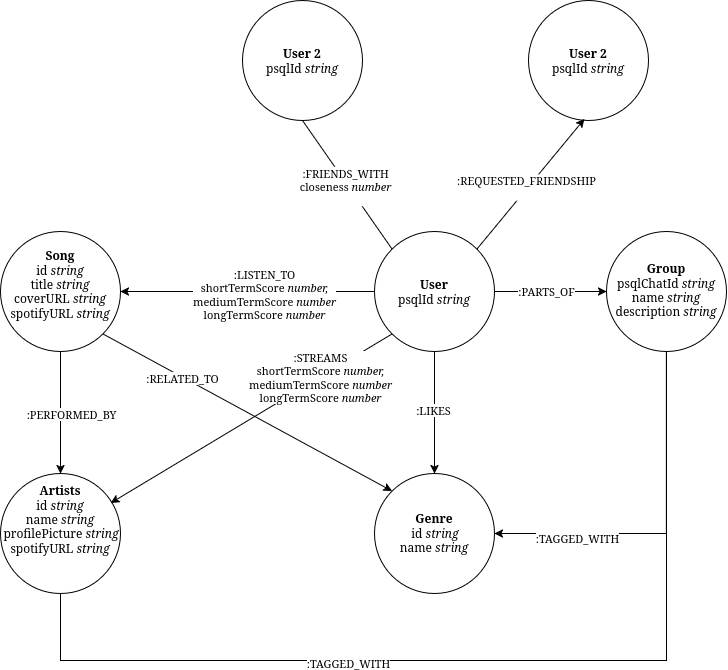
Above: doc/neo4j_graph.drawio.png in yanis-hamani/ErasMusic (draw.io), before the change. Source tidied: cells renumbered, new cells last; positions are measured from the earlier drawing's top-left corner, leaving out a move shared by most shapes. The source it was exported from:
```xml
<mxGraphModel>
  <root>
    <mxCell id="0" />
    <mxCell id="1" parent="0" />
    <mxCell id="2" value="&lt;font&gt;&lt;b&gt;User&lt;/b&gt;&lt;/font&gt;&lt;div&gt;psqlId&amp;nbsp;&lt;i&gt;string&lt;/i&gt;&lt;/div&gt;" style="ellipse;whiteSpace=wrap;html=1;shapeInside=1;" parent="1" vertex="1">
      <mxGeometry x="374" y="231" width="120" height="120" as="geometry" />
    </mxCell>
    <mxCell id="3" value="&lt;b&gt;Song&lt;/b&gt;&lt;div&gt;&lt;div&gt;id&amp;nbsp;&lt;i&gt;string&lt;/i&gt;&lt;/div&gt;&lt;div&gt;title&amp;nbsp;&lt;i&gt;string&lt;/i&gt;&lt;/div&gt;&lt;div&gt;coverURL&amp;nbsp;&lt;i&gt;string&lt;/i&gt;&lt;/div&gt;&lt;div&gt;spotifyURL&amp;nbsp;&lt;i&gt;string&lt;/i&gt;&lt;/div&gt;&lt;br&gt;&lt;/div&gt;" style="ellipse;whiteSpace=wrap;html=1;shapeInside=1;" parent="1" vertex="1">
      <mxGeometry y="231" width="120" height="120" as="geometry" />
    </mxCell>
    <mxCell id="4" value="&lt;b&gt;Artists&lt;/b&gt;&lt;div&gt;&lt;div&gt;id&amp;nbsp;&lt;i&gt;string&lt;/i&gt;&lt;/div&gt;&lt;div&gt;name &lt;i&gt;string&lt;/i&gt;&lt;/div&gt;&lt;div&gt;&lt;div&gt;profilePicture&amp;nbsp;&lt;i&gt;string&lt;/i&gt;&lt;/div&gt;&lt;div&gt;spotifyURL&amp;nbsp;&lt;i&gt;string&lt;/i&gt;&lt;/div&gt;&lt;br&gt;&lt;/div&gt;&lt;br&gt;&lt;/div&gt;" style="ellipse;whiteSpace=wrap;html=1;shapeInside=1;" parent="1" vertex="1">
      <mxGeometry y="473" width="120" height="120" as="geometry" />
    </mxCell>
    <mxCell id="5" value="&lt;b&gt;Genre&lt;/b&gt;&lt;div&gt;&lt;div&gt;id&amp;nbsp;&lt;i&gt;string&lt;/i&gt;&lt;/div&gt;&lt;div&gt;name &lt;i&gt;string&lt;/i&gt;&lt;/div&gt;&lt;/div&gt;" style="ellipse;whiteSpace=wrap;html=1;shapeInside=1;" parent="1" vertex="1">
      <mxGeometry x="374" y="473" width="120" height="120" as="geometry" />
    </mxCell>
    <mxCell id="6" value="&lt;b&gt;Group&lt;/b&gt;&lt;div&gt;psqlChatId &lt;i&gt;string&lt;/i&gt;&lt;/div&gt;&lt;div&gt;name &lt;i&gt;string&lt;/i&gt;&lt;/div&gt;&lt;div&gt;description&amp;nbsp;&lt;i&gt;string&lt;/i&gt;&lt;/div&gt;&lt;div&gt;&lt;br&gt;&lt;/div&gt;" style="ellipse;whiteSpace=wrap;html=1;shapeInside=1;" parent="1" vertex="1">
      <mxGeometry x="606" y="231" width="120" height="120" as="geometry" />
    </mxCell>
    <mxCell id="7" style="endArrow=classic;html=1;rounded=0;exitX=0;exitY=0.5;exitDx=0;exitDy=0;entryX=1;entryY=0.5;entryDx=0;entryDy=0;" parent="1" edge="1" source="2" target="3">
      <mxGeometry relative="1" as="geometry" />
    </mxCell>
    <mxCell id="8" value="&lt;div&gt;:LISTEN_TO&lt;/div&gt;&lt;div&gt;shortTermScore&amp;nbsp;&lt;i&gt;number,&lt;/i&gt;&lt;/div&gt;&lt;div&gt;mediumTermScore&amp;nbsp;&lt;i&gt;number&lt;/i&gt;&lt;/div&gt;&lt;div&gt;longTermScore&amp;nbsp;&lt;i&gt;number&lt;/i&gt;&lt;/div&gt;" style="edgeLabel;html=1;align=center;verticalAlign=middle;" parent="7" vertex="1">
      <mxGeometry x="-0.13" y="2" relative="1" as="geometry" />
    </mxCell>
    <mxCell id="9" style="endArrow=classic;html=1;rounded=0;exitX=1;exitY=0.5;exitDx=0;exitDy=0;entryX=0;entryY=0.5;entryDx=0;entryDy=0;" parent="1" edge="1" source="2" target="6">
      <mxGeometry relative="1" as="geometry" />
    </mxCell>
    <mxCell id="10" value=":PARTS_OF" style="edgeLabel;html=1;align=center;verticalAlign=middle;" parent="9" vertex="1">
      <mxGeometry x="-0.07" y="1" relative="1" as="geometry" />
    </mxCell>
    <mxCell id="11" style="endArrow=classic;html=1;rounded=0;exitX=0.5;exitY=1;exitDx=0;exitDy=0;entryX=0.5;entryY=0;entryDx=0;entryDy=0;" parent="1" edge="1" source="3" target="4">
      <mxGeometry relative="1" as="geometry" />
    </mxCell>
    <mxCell id="12" value=":PERFORMED_BY" style="edgeLabel;html=1;align=center;verticalAlign=middle;" parent="11" vertex="1">
      <mxGeometry x="-0.04" y="-5" relative="1" as="geometry">
        <mxPoint x="16" y="4" as="offset" />
      </mxGeometry>
    </mxCell>
    <mxCell id="13" style="endArrow=classic;html=1;rounded=0;exitX=0.5;exitY=1;exitDx=0;exitDy=0;entryX=0.5;entryY=0;entryDx=0;entryDy=0;" parent="1" edge="1" source="2" target="5">
      <mxGeometry relative="1" as="geometry" />
    </mxCell>
    <mxCell id="14" value=":LIKES" style="edgeLabel;html=1;align=center;verticalAlign=middle;" parent="13" vertex="1">
      <mxGeometry x="-0.05" y="-2" relative="1" as="geometry" />
    </mxCell>
    <mxCell id="15" style="endArrow=classic;html=1;rounded=0;entryX=0.92;entryY=0.245;entryDx=0;entryDy=0;entryPerimeter=0;exitX=0;exitY=1;exitDx=0;exitDy=0;" parent="1" edge="1" source="2" target="4">
      <mxGeometry relative="1" as="geometry" />
    </mxCell>
    <mxCell id="16" value="&lt;div&gt;:STREAMS&lt;/div&gt;&lt;div&gt;shortTermScore&amp;nbsp;&lt;i&gt;number,&lt;/i&gt;&lt;/div&gt;&lt;div&gt;mediumTermScore&amp;nbsp;&lt;i&gt;number&lt;/i&gt;&lt;/div&gt;&lt;div&gt;longTermScore&amp;nbsp;&lt;i&gt;number&lt;/i&gt;&lt;/div&gt;" style="edgeLabel;html=1;align=center;verticalAlign=middle;" parent="15" vertex="1">
      <mxGeometry x="-0.48" relative="1" as="geometry" />
    </mxCell>
    <mxCell id="17" style="endArrow=classic;html=1;rounded=0;entryX=0;entryY=0;entryDx=0;entryDy=0;exitX=1;exitY=1;exitDx=0;exitDy=0;" parent="1" edge="1" source="3" target="5">
      <mxGeometry relative="1" as="geometry" />
    </mxCell>
    <mxCell id="18" value=":RELATED_TO" style="edgeLabel;html=1;align=center;verticalAlign=middle;" parent="17" vertex="1">
      <mxGeometry x="-0.45" y="-1" relative="1" as="geometry" />
    </mxCell>
    <mxCell id="19" style="endArrow=none;html=1;rounded=0;entryX=0.5;entryY=1;entryDx=0;entryDy=0;exitX=0.5;exitY=1;exitDx=0;exitDy=0;" parent="1" edge="1" source="4" target="6">
      <mxGeometry relative="1" as="geometry">
        <Array as="points">
          <mxPoint x="60" y="660" />
          <mxPoint x="666" y="660" />
        </Array>
      </mxGeometry>
    </mxCell>
    <mxCell id="20" value=":TAGGED_WITH" style="edgeLabel;html=1;align=center;verticalAlign=middle;inheritText=1;" parent="19" vertex="1">
      <mxGeometry x="-0.28" y="-2" relative="1" as="geometry" />
    </mxCell>
    <mxCell id="21" style="endArrow=classic;html=1;rounded=0;exitX=0.5;exitY=1;exitDx=0;exitDy=0;entryX=1;entryY=0.5;entryDx=0;entryDy=0;" parent="1" edge="1" source="6" target="5">
      <mxGeometry relative="1" as="geometry">
        <Array as="points">
          <mxPoint x="666" y="533" />
        </Array>
      </mxGeometry>
    </mxCell>
    <mxCell id="22" value=":TAGGED_WITH" style="edgeLabel;html=1;align=center;verticalAlign=middle;" parent="21" vertex="1">
      <mxGeometry x="0.53" y="4" relative="1" as="geometry" />
    </mxCell>
    <mxCell id="23" value="&lt;b&gt;&lt;font&gt;User 2&lt;/font&gt;&lt;/b&gt;&lt;div&gt;psqlId&amp;nbsp;&lt;i&gt;string&lt;/i&gt;&lt;/div&gt;" style="ellipse;whiteSpace=wrap;html=1;shapeInside=1;" parent="1" vertex="1">
      <mxGeometry x="242" width="120" height="120" as="geometry" />
    </mxCell>
    <mxCell id="24" value="&lt;b&gt;&lt;font&gt;User 2&lt;/font&gt;&lt;/b&gt;&lt;div&gt;psqlId&amp;nbsp;&lt;i&gt;string&lt;/i&gt;&lt;/div&gt;" style="ellipse;whiteSpace=wrap;html=1;shapeInside=1;" parent="1" vertex="1">
      <mxGeometry x="528" width="120" height="120" as="geometry" />
    </mxCell>
    <mxCell id="25" style="endArrow=none;html=1;rounded=0;defaultLabelBackgroundColor=page;exitX=0;exitY=0;exitDx=0;exitDy=0;entryX=0.5;entryY=1;entryDx=0;entryDy=0;endFill=0;" parent="1" edge="1" source="2" target="23">
      <mxGeometry relative="1" as="geometry" />
    </mxCell>
    <mxCell id="26" value="&lt;div&gt;:FRIENDS_WITH&lt;/div&gt;&lt;div&gt;closeness&lt;i&gt;&amp;nbsp;number&lt;/i&gt;&lt;/div&gt;&lt;div&gt;&lt;br&gt;&lt;/div&gt;" style="edgeLabel;html=1;align=center;verticalAlign=middle;inheritText=1;defaultLabelBackgroundColor=page;" parent="25" vertex="1">
      <mxGeometry x="-0.03" y="-2" relative="1" as="geometry">
        <mxPoint x="-5" as="offset" />
      </mxGeometry>
    </mxCell>
    <mxCell id="27" style="endArrow=classic;html=1;rounded=0;defaultLabelBackgroundColor=page;exitX=1;exitY=0;exitDx=0;exitDy=0;entryX=0.466;entryY=0.987;entryDx=0;entryDy=0;entryPerimeter=0;" parent="1" edge="1" source="2" target="24">
      <mxGeometry relative="1" as="geometry" />
    </mxCell>
    <mxCell id="28" value="&lt;div&gt;:REQUESTED_FRIENDSHIP&lt;/div&gt;&lt;div&gt;&lt;br&gt;&lt;/div&gt;" style="edgeLabel;html=1;align=center;verticalAlign=middle;inheritText=1;defaultLabelBackgroundColor=page;" parent="27" vertex="1">
      <mxGeometry x="-0.03" y="-2" relative="1" as="geometry">
        <mxPoint x="-5" as="offset" />
      </mxGeometry>
    </mxCell>
  </root>
</mxGraphModel>
```
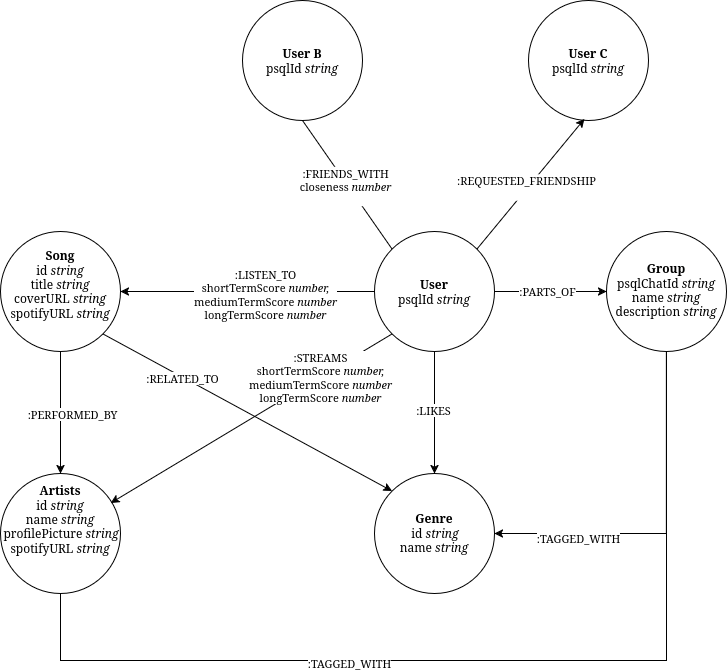
After the change.

Change to the diagram source:
```diff
@@ -76,10 +76,10 @@
     <mxCell id="22" value=":TAGGED_WITH" style="edgeLabel;html=1;align=center;verticalAlign=middle;" parent="21" vertex="1">
       <mxGeometry x="0.53" y="4" relative="1" as="geometry" />
     </mxCell>
-    <mxCell id="23" value="&lt;b&gt;&lt;font&gt;User 2&lt;/font&gt;&lt;/b&gt;&lt;div&gt;psqlId&amp;nbsp;&lt;i&gt;string&lt;/i&gt;&lt;/div&gt;" style="ellipse;whiteSpace=wrap;html=1;shapeInside=1;" parent="1" vertex="1">
+    <mxCell id="23" value="&lt;b&gt;&lt;font&gt;User B&lt;/font&gt;&lt;/b&gt;&lt;div&gt;psqlId&amp;nbsp;&lt;i&gt;string&lt;/i&gt;&lt;/div&gt;" style="ellipse;whiteSpace=wrap;html=1;shapeInside=1;" parent="1" vertex="1">
       <mxGeometry x="242" width="120" height="120" as="geometry" />
     </mxCell>
-    <mxCell id="24" value="&lt;b&gt;&lt;font&gt;User 2&lt;/font&gt;&lt;/b&gt;&lt;div&gt;psqlId&amp;nbsp;&lt;i&gt;string&lt;/i&gt;&lt;/div&gt;" style="ellipse;whiteSpace=wrap;html=1;shapeInside=1;" parent="1" vertex="1">
+    <mxCell id="24" value="&lt;b&gt;&lt;font&gt;User C&lt;/font&gt;&lt;/b&gt;&lt;div&gt;psqlId&amp;nbsp;&lt;i&gt;string&lt;/i&gt;&lt;/div&gt;" style="ellipse;whiteSpace=wrap;html=1;shapeInside=1;" parent="1" vertex="1">
       <mxGeometry x="528" width="120" height="120" as="geometry" />
     </mxCell>
     <mxCell id="25" style="endArrow=none;html=1;rounded=0;defaultLabelBackgroundColor=page;exitX=0;exitY=0;exitDx=0;exitDy=0;entryX=0.5;entryY=1;entryDx=0;entryDy=0;endFill=0;" parent="1" edge="1" source="2" target="23">
```
